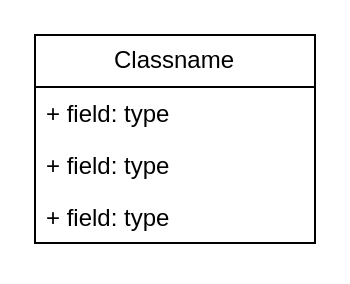
ksurisetty11/checkers-project keeps this draw.io diagram as CheckersUML.drawio. Above is the earlier version. Source tidied: cells renumbered, new cells numbered last; positions are measured from the earlier drawing's top-left corner, leaving out a move shared by most shapes. Both pictures are drawn from the tidied source at 200%, with x=0, y=0 at pixel (34, 34).
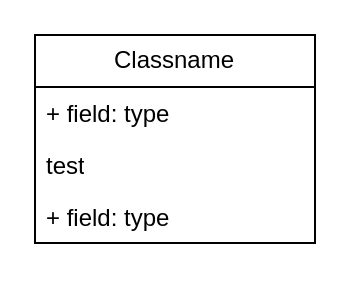
The same page after the edit.

The edit, as a diff of the source:
```diff
@@
 <mxGraphModel>
   <root>
     <mxCell id="0" />
     <mxCell id="1" parent="0" />
     <mxCell id="2" value="Classname" style="swimlane;fontStyle=0;horizontal=1;startSize=26;fillColor=none;whiteSpace=wrap;html=1;" parent="1" vertex="1">
       <mxGeometry width="140" height="104" as="geometry" />
     </mxCell>
     <mxCell id="3" value="+ field: type" style="text;strokeColor=none;fillColor=none;align=left;verticalAlign=top;spacingLeft=4;spacingRight=4;overflow=hidden;whiteSpace=wrap;html=1;" parent="2" vertex="1">
       <mxGeometry y="26" width="140" height="26" as="geometry" />
     </mxCell>
-    <mxCell id="4" value="+ field: type" style="text;strokeColor=none;fillColor=none;align=left;verticalAlign=top;spacingLeft=4;spacingRight=4;overflow=hidden;whiteSpace=wrap;html=1;" parent="2" vertex="1">
+    <mxCell id="4" value="test" style="text;strokeColor=none;fillColor=none;align=left;verticalAlign=top;spacingLeft=4;spacingRight=4;overflow=hidden;whiteSpace=wrap;html=1;" parent="2" vertex="1">
       <mxGeometry y="52" width="140" height="26" as="geometry" />
     </mxCell>
     <mxCell id="5" value="+ field: type" style="text;strokeColor=none;fillColor=none;align=left;verticalAlign=top;spacingLeft=4;spacingRight=4;overflow=hidden;whiteSpace=wrap;html=1;" parent="2" vertex="1">
       <mxGeometry y="78" width="140" height="26" as="geometry" />
     </mxCell>
   </root>
 </mxGraphModel>
```
